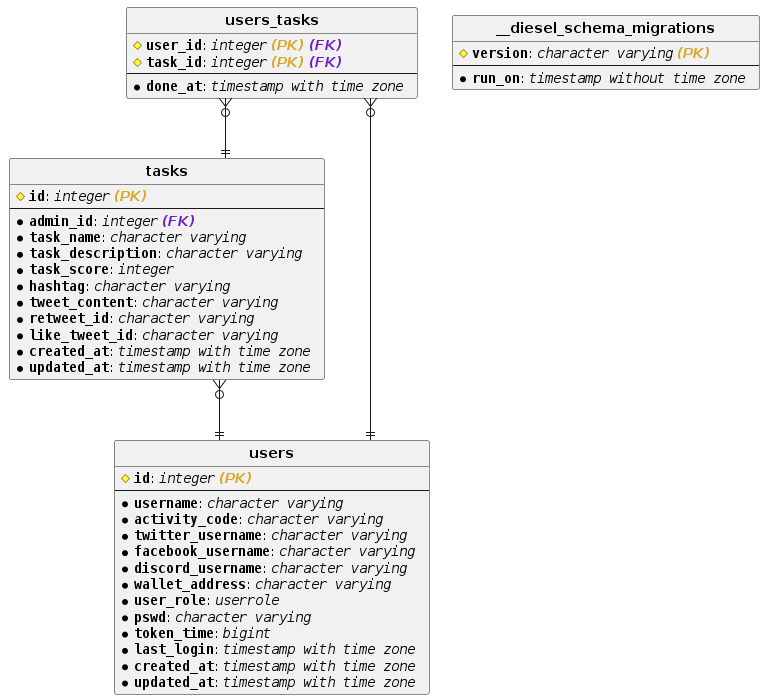
Before: infra/panel.png, a diagram exported from PlantUML (wildonion/gem).
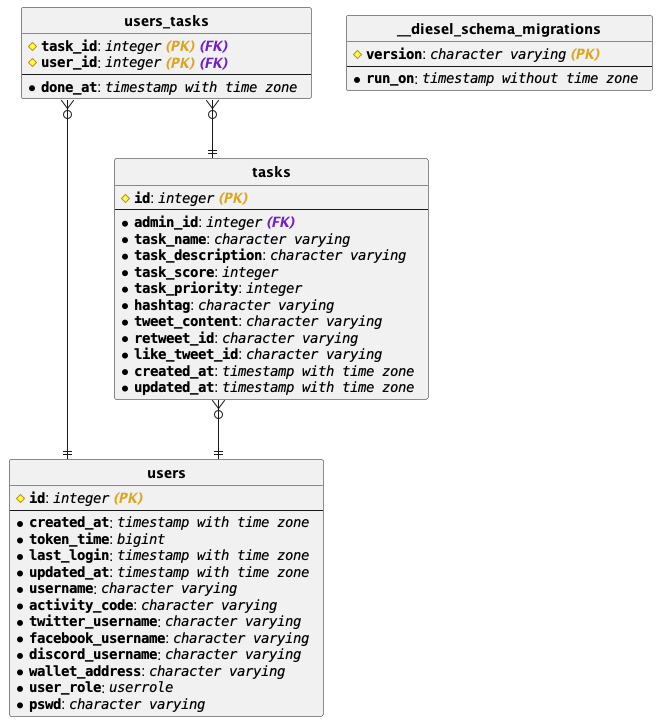
Above is the later version.

What changed in the source:
```diff
@@ -2,6 +2,23 @@
 
 hide circle
 skinparam linetype ortho
+
+entity "**users**" {
+# <b>""id""</b>: //""integer"" <b><color:goldenrod>(PK) </color></b> //
+---
+* <b>""created_at""</b>: //""timestamp with time zone""  //
+* <b>""token_time""</b>: //""bigint""  //
+* <b>""last_login""</b>: //""timestamp with time zone""  //
+* <b>""updated_at""</b>: //""timestamp with time zone""  //
+* <b>""username""</b>: //""character varying""  //
+* <b>""activity_code""</b>: //""character varying""  //
+* <b>""twitter_username""</b>: //""character varying""  //
+* <b>""facebook_username""</b>: //""character varying""  //
+* <b>""discord_username""</b>: //""character varying""  //
+* <b>""wallet_address""</b>: //""character varying""  //
+* <b>""user_role""</b>: //""userrole""  //
+* <b>""pswd""</b>: //""character varying""  //
+}
 
 entity "**tasks**" {
 # <b>""id""</b>: //""integer"" <b><color:goldenrod>(PK) </color></b> //
@@ -10,6 +27,7 @@
 * <b>""task_name""</b>: //""character varying""  //
 * <b>""task_description""</b>: //""character varying""  //
 * <b>""task_score""</b>: //""integer""  //
+* <b>""task_priority""</b>: //""integer""  //
 * <b>""hashtag""</b>: //""character varying""  //
 * <b>""tweet_content""</b>: //""character varying""  //
 * <b>""retweet_id""</b>: //""character varying""  //
@@ -18,42 +36,25 @@
 * <b>""updated_at""</b>: //""timestamp with time zone""  //
 }
 
+entity "**users_tasks**" {
+# <b>""task_id""</b>: //""integer"" <b><color:goldenrod>(PK) </color></b><b><color:701fc6>(FK) </color></b> //
+# <b>""user_id""</b>: //""integer"" <b><color:goldenrod>(PK) </color></b><b><color:701fc6>(FK) </color></b> //
+---
+* <b>""done_at""</b>: //""timestamp with time zone""  //
+}
+
 entity "**__diesel_schema_migrations**" {
 # <b>""version""</b>: //""character varying"" <b><color:goldenrod>(PK) </color></b> //
 ---
 * <b>""run_on""</b>: //""timestamp without time zone""  //
 }
 
-entity "**users**" {
-# <b>""id""</b>: //""integer"" <b><color:goldenrod>(PK) </color></b> //
----
-* <b>""username""</b>: //""character varying""  //
-* <b>""activity_code""</b>: //""character varying""  //
-* <b>""twitter_username""</b>: //""character varying""  //
-* <b>""facebook_username""</b>: //""character varying""  //
-* <b>""discord_username""</b>: //""character varying""  //
-* <b>""wallet_address""</b>: //""character varying""  //
-* <b>""user_role""</b>: //""userrole""  //
-* <b>""pswd""</b>: //""character varying""  //
-* <b>""token_time""</b>: //""bigint""  //
-* <b>""last_login""</b>: //""timestamp with time zone""  //
-* <b>""created_at""</b>: //""timestamp with time zone""  //
-* <b>""updated_at""</b>: //""timestamp with time zone""  //
-}
-
-entity "**users_tasks**" {
-# <b>""user_id""</b>: //""integer"" <b><color:goldenrod>(PK) </color></b><b><color:701fc6>(FK) </color></b> //
-# <b>""task_id""</b>: //""integer"" <b><color:goldenrod>(PK) </color></b><b><color:701fc6>(FK) </color></b> //
----
-* <b>""done_at""</b>: //""timestamp with time zone""  //
-}
-
 
 "**tasks**" }o--|| "**users**"
 
+"**users_tasks**" }o--|| "**users**"
+
 "**users_tasks**" }o--|| "**tasks**"
-
-"**users_tasks**" }o--|| "**users**"
 
 
 @enduml
```
